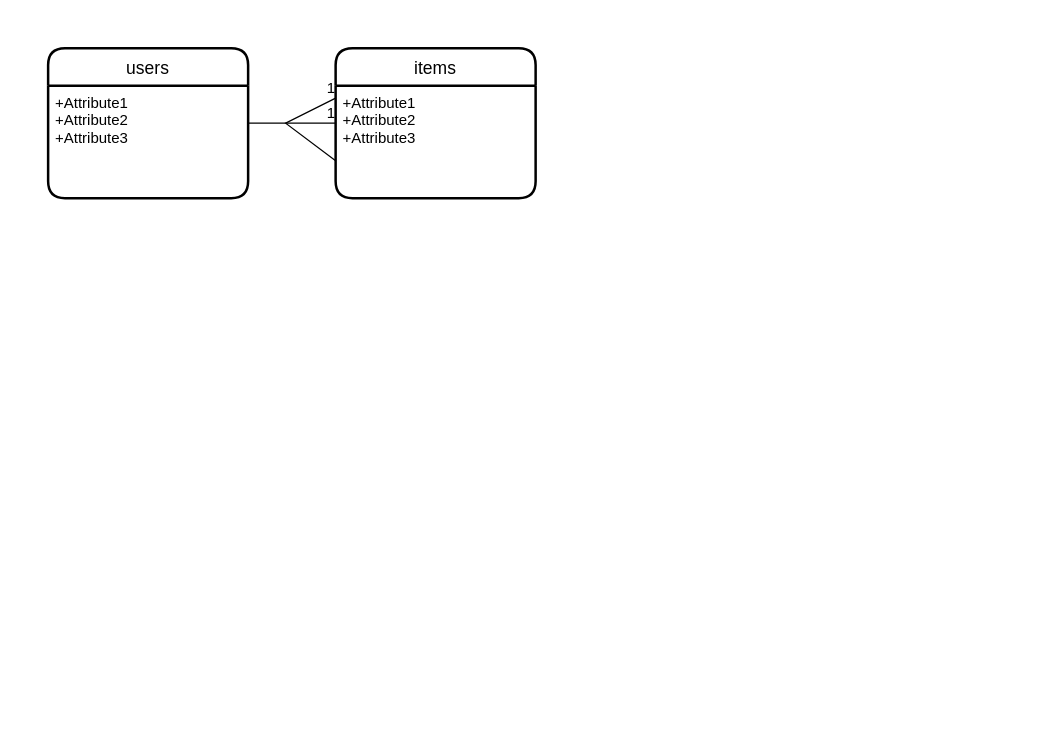
Earlier version of the draw.io diagram furima.dio (erika-kodera/furima-37567). Source tidied: cells renumbered, new cells numbered last; positions are measured from the earlier drawing's top-left corner, leaving out a move shared by most shapes. Both pictures are drawn from the tidied source at 125%, with x=0, y=0 at pixel (48, 48).
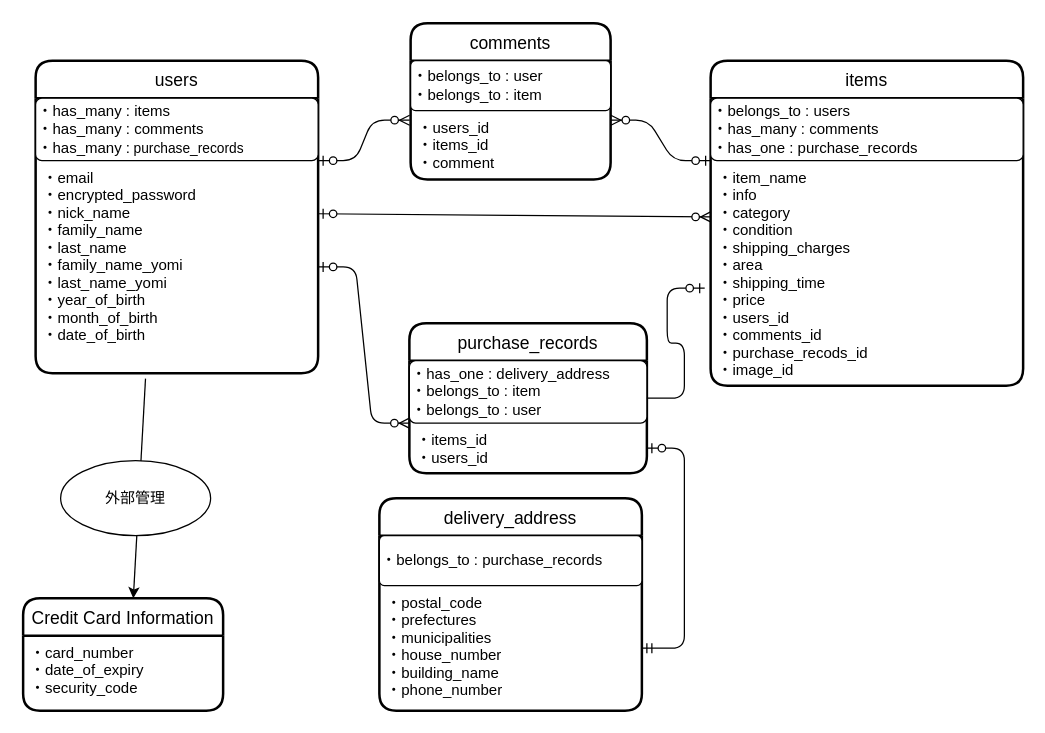
Above is the later version.

Change to the diagram source:
```diff
@@
+    <mxCell id="4" value="items" style="swimlane;horizontal=1;startSize=30;rounded=1;fontSize=14;fontStyle=0;strokeWidth=2;shadow=0;dashed=0;align=center;" parent="1" vertex="1">
+      <mxGeometry x="530" y="10" width="250" height="260" as="geometry" />
+    </mxCell>
+    <mxCell id="10" value="&lt;span&gt;・belongs_to : users&lt;/span&gt;&lt;br&gt;&lt;span&gt;・has_many : comments&lt;br&gt;・has_one : purchase_records&lt;br&gt;&lt;/span&gt;" style="rounded=1;arcSize=10;whiteSpace=wrap;html=1;align=left;" parent="4" vertex="1">
+      <mxGeometry y="30" width="250" height="50" as="geometry" />
+    </mxCell>
+    <mxCell id="5" value="・item_name&#10;・info&#10;・category&#10;・condition&#10;・shipping_charges&#10;・area&#10;・shipping_time&#10;・price&#10;・users_id&#10;・comments_id&#10;・purchase_recods_id&#10;・image_id" style="align=left;strokeColor=none;fillColor=none;spacingLeft=4;fontSize=12;verticalAlign=top;" parent="4" vertex="1">
+      <mxGeometry y="80" width="250" height="180" as="geometry" />
+    </mxCell>
+    <mxCell id="11" value="Credit Card Information" style="swimlane;horizontal=1;startSize=30;rounded=1;fontSize=14;fontStyle=0;strokeWidth=2;shadow=0;dashed=0;align=center;" parent="1" vertex="1">
+      <mxGeometry x="-20" y="440" width="160" height="90" as="geometry" />
+    </mxCell>
+    <mxCell id="12" value="・card_number&#10;・date_of_expiry&#10;・security_code&#10;" style="align=left;strokeColor=none;fillColor=none;spacingLeft=4;fontSize=12;verticalAlign=top;" parent="11" vertex="1">
+      <mxGeometry y="30" width="160" height="60" as="geometry" />
+    </mxCell>
+    <mxCell id="13" value="delivery_address" style="swimlane;horizontal=1;startSize=30;rounded=1;fontSize=14;fontStyle=0;strokeWidth=2;shadow=0;dashed=0;align=center;" parent="1" vertex="1">
+      <mxGeometry x="265" y="360" width="210" height="170" as="geometry" />
+    </mxCell>
+    <mxCell id="14" value="・belongs_to : purchase_records" style="rounded=1;arcSize=10;whiteSpace=wrap;html=1;align=left;" parent="13" vertex="1">
+      <mxGeometry y="30" width="210" height="40" as="geometry" />
+    </mxCell>
+    <mxCell id="15" value="・postal_code&#10;・prefectures&#10;・municipalities&#10;・house_number&#10;・building_name&#10;・phone_number" style="align=left;strokeColor=none;fillColor=none;spacingLeft=4;fontSize=12;verticalAlign=top;" parent="13" vertex="1">
+      <mxGeometry y="70" width="210" height="100" as="geometry" />
+    </mxCell>
+    <mxCell id="16" style="edgeStyle=entityRelationEdgeStyle;fontSize=12;html=1;endArrow=ERzeroToMany;startArrow=ERzeroToOne;curved=1;exitX=1;exitY=0.25;exitDx=0;exitDy=0;entryX=0;entryY=0.25;entryDx=0;entryDy=0;" parent="1" edge="1" source="3" target="5">
+      <mxGeometry relative="1" as="geometry" />
+    </mxCell>
+    <mxCell id="17" style="edgeStyle=none;html=1;entryX=0.551;entryY=0.002;entryDx=0;entryDy=0;entryPerimeter=0;exitX=0.389;exitY=1.026;exitDx=0;exitDy=0;exitPerimeter=0;" parent="1" edge="1" source="3" target="11">
+      <mxGeometry relative="1" as="geometry" />
+    </mxCell>
+    <mxCell id="18" value="comments" style="swimlane;horizontal=1;startSize=30;rounded=1;fontSize=14;fontStyle=0;strokeWidth=2;shadow=0;dashed=0;align=center;" parent="1" vertex="1">
+      <mxGeometry x="290" y="-20" width="160" height="125" as="geometry" />
+    </mxCell>
+    <mxCell id="19" value="&lt;span&gt;・belongs_to : user&lt;/span&gt;&lt;br&gt;&lt;div&gt;&lt;span&gt;・belongs_to : item&lt;/span&gt;&lt;/div&gt;" style="rounded=1;arcSize=10;whiteSpace=wrap;html=1;align=left;" parent="18" vertex="1">
+      <mxGeometry y="30" width="160" height="40" as="geometry" />
+    </mxCell>
+    <mxCell id="20" value="・users_id&#10;・items_id&#10;・comment" style="align=left;strokeColor=none;fillColor=none;spacingLeft=4;fontSize=12;verticalAlign=top;" parent="18" vertex="1">
+      <mxGeometry y="70" width="160" height="55" as="geometry" />
+    </mxCell>
+    <mxCell id="21" style="edgeStyle=entityRelationEdgeStyle;fontSize=12;html=1;endArrow=ERzeroToMany;startArrow=ERzeroToOne;exitX=1;exitY=0;exitDx=0;exitDy=0;entryX=-0.005;entryY=0.139;entryDx=0;entryDy=0;entryPerimeter=0;" parent="1" edge="1" source="3" target="20">
+      <mxGeometry relative="1" as="geometry" />
+    </mxCell>
+    <mxCell id="22" style="edgeStyle=entityRelationEdgeStyle;fontSize=12;html=1;endArrow=ERzeroToMany;startArrow=ERzeroToOne;entryX=0;entryY=0;entryDx=0;entryDy=0;" parent="1" edge="1" source="3" target="27">
+      <mxGeometry relative="1" as="geometry" />
+    </mxCell>
+    <mxCell id="23" style="edgeStyle=entityRelationEdgeStyle;fontSize=12;html=1;endArrow=ERzeroToMany;startArrow=ERzeroToOne;entryX=1.001;entryY=0.139;entryDx=0;entryDy=0;exitX=0;exitY=0;exitDx=0;exitDy=0;entryPerimeter=0;" parent="1" edge="1" source="5" target="20">
+      <mxGeometry relative="1" as="geometry" />
+    </mxCell>
+    <mxCell id="24" value="外部管理" style="ellipse;whiteSpace=wrap;html=1;" parent="1" vertex="1">
+      <mxGeometry x="10" y="330" width="120" height="60" as="geometry" />
+    </mxCell>
+    <mxCell id="25" value="purchase_records" style="swimlane;horizontal=1;startSize=30;rounded=1;fontSize=14;fontStyle=0;strokeWidth=2;shadow=0;dashed=0;align=center;" parent="1" vertex="1">
+      <mxGeometry x="289" y="220" width="190" height="120" as="geometry" />
+    </mxCell>
+    <mxCell id="26" value="・has_one : delivery_address&lt;br&gt;・belongs_to : item&lt;br&gt;・belongs_to : user" style="rounded=1;arcSize=10;whiteSpace=wrap;html=1;align=left;" parent="25" vertex="1">
+      <mxGeometry y="30" width="190" height="50" as="geometry" />
+    </mxCell>
+    <mxCell id="27" value="・items_id&#10;・users_id" style="align=left;strokeColor=none;fillColor=none;spacingLeft=4;fontSize=12;verticalAlign=top;" parent="25" vertex="1">
+      <mxGeometry y="80" width="190" height="40" as="geometry" />
+    </mxCell>
+    <mxCell id="28" style="edgeStyle=entityRelationEdgeStyle;fontSize=12;html=1;endArrow=ERzeroToOne;startArrow=ERmandOne;exitX=1;exitY=0.5;exitDx=0;exitDy=0;" parent="1" edge="1" source="15" target="27">
+      <mxGeometry relative="1" as="geometry" />
+    </mxCell>
+    <mxCell id="29" style="edgeStyle=entityRelationEdgeStyle;fontSize=12;html=1;endArrow=ERzeroToOne;endFill=1;exitX=1;exitY=0.5;exitDx=0;exitDy=0;entryX=-0.019;entryY=0.567;entryDx=0;entryDy=0;entryPerimeter=0;" parent="1" edge="1" source="25" target="5">
+      <mxGeometry relative="1" as="geometry" />
+    </mxCell>
     <mxCell id="2" value="users" style="swimlane;horizontal=1;startSize=30;rounded=1;fontSize=14;fontStyle=0;strokeWidth=2;shadow=0;dashed=0;align=center;" parent="1" vertex="1">
-      <mxGeometry width="160" height="120" as="geometry" />
+      <mxGeometry x="-10" y="10" width="226" height="250" as="geometry" />
     </mxCell>
+    <mxCell id="30" value="・has_many : items&lt;br&gt;・has_many : comments&lt;br&gt;・has_many :&lt;font&gt;&lt;span style=&quot;font-size: 10px&quot;&gt;&amp;nbsp;&lt;/span&gt;&lt;span style=&quot;text-align: center&quot;&gt;&lt;font style=&quot;font-size: 11px&quot;&gt;purchase_records&lt;/font&gt;&lt;/span&gt;&lt;/font&gt;" style="rounded=1;arcSize=10;whiteSpace=wrap;html=1;align=left;" parent="2" vertex="1">
+      <mxGeometry y="30" width="226" height="50" as="geometry" />
+    </mxCell>
-    <mxCell id="3" value="+Attribute1&#10;+Attribute2&#10;+Attribute3" style="align=left;strokeColor=none;fillColor=none;spacingLeft=4;fontSize=12;verticalAlign=top;" parent="2" vertex="1">
-      <mxGeometry y="30" width="160" height="90" as="geometry" />
+    <mxCell id="3" value="・email&#10;・encrypted_password&#10;・nick_name&#10;・family_name&#10;・last_name&#10;・family_name_yomi&#10;・last_name_yomi&#10;・year_of_birth&#10;・month_of_birth&#10;・date_of_birth" style="align=left;strokeColor=none;fillColor=none;spacingLeft=4;fontSize=12;verticalAlign=top;" parent="2" vertex="1">
+      <mxGeometry y="80" width="226" height="170" as="geometry" />
     </mxCell>
-    <mxCell id="4" value="items" style="swimlane;horizontal=1;startSize=30;rounded=1;fontSize=14;fontStyle=0;strokeWidth=2;shadow=0;dashed=0;align=center;" parent="1" vertex="1">
-      <mxGeometry x="230" width="160" height="120" as="geometry" />
-    </mxCell>
-    <mxCell id="5" value="+Attribute1&#10;+Attribute2&#10;+Attribute3" style="align=left;strokeColor=none;fillColor=none;spacingLeft=4;fontSize=12;verticalAlign=top;" parent="4" vertex="1">
-      <mxGeometry y="30" width="160" height="90" as="geometry" />
-    </mxCell>
-    <mxCell id="6" style="endArrow=none;html=1;rounded=0;entryX=0;entryY=0.5;entryDx=0;entryDy=0;" parent="1" edge="1" target="4">
-      <mxGeometry relative="1" as="geometry">
-        <mxPoint x="160" y="60" as="sourcePoint" />
-      </mxGeometry>
-    </mxCell>
-    <mxCell id="7" value="1" style="html=1;align=right;verticalAlign=bottom;" parent="6" vertex="1">
-      <mxGeometry x="1" relative="1" as="geometry" />
-    </mxCell>
-    <mxCell id="8" style="endArrow=none;html=1;rounded=0;" parent="1" edge="1">
-      <mxGeometry relative="1" as="geometry">
-        <mxPoint x="230" y="90" as="sourcePoint" />
-        <mxPoint x="230" y="40" as="targetPoint" />
-        <Array as="points">
-          <mxPoint x="190" y="60" />
-        </Array>
-      </mxGeometry>
-    </mxCell>
-    <mxCell id="9" value="1" style="html=1;align=right;verticalAlign=bottom;" parent="8" vertex="1">
-      <mxGeometry x="1" relative="1" as="geometry" />
-    </mxCell>
```
